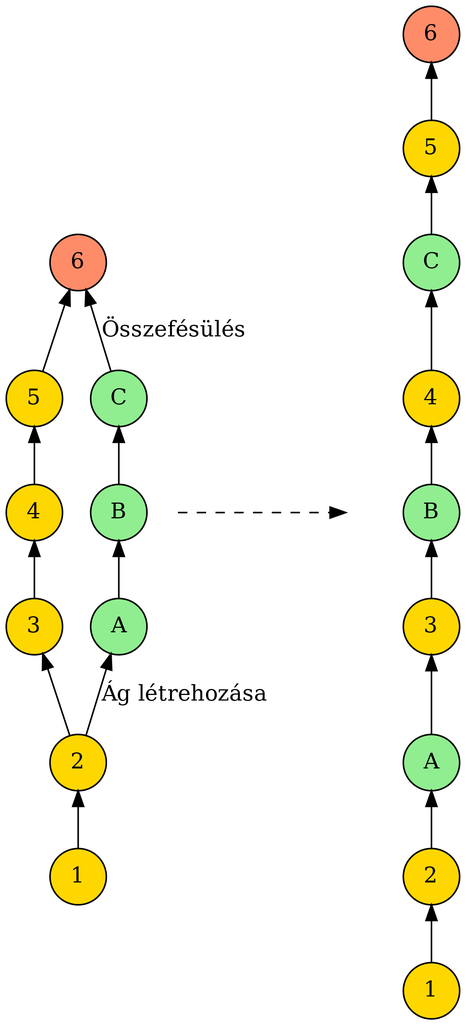
This is 1_git/doc/graphs/git_18.png from basictask/Adatbanyaszat, a Graphviz export, as it was before one commit. Its source is kept beside it as 1_git/doc/graphs/git_18.dot.
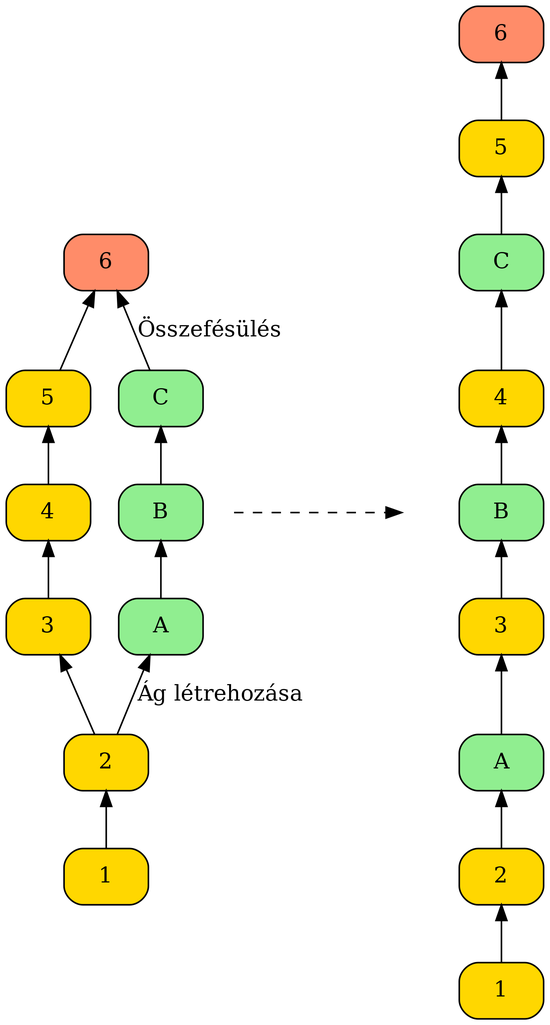
The same diagram one commit later.

Diff of the diagram source:
```diff
@@ -2,15 +2,15 @@
     graph [dpi=300]
     rankdir="BT"
 
-    c1_1 [label="1", shape="circle", style="filled", fillcolor="gold"]
-    c2_1 [label="2", shape="circle", style="filled", fillcolor="gold"]
-    c3_1 [label="3", shape="circle", style="filled", fillcolor="gold"]
-    c4_1 [label="4", shape="circle", style="filled", fillcolor="gold"]
-    c5_1 [label="5", shape="circle", style="filled", fillcolor="gold"]
-    c6_1 [label="6", shape="circle", style="filled", fillcolor="salmon1"]
-    ca_1 [label="A", shape="circle", style="filled", fillcolor="lightgreen"]
-    cb_1 [label="B", shape="circle", style="filled", fillcolor="lightgreen"]
-    cc_1 [label="C", shape="circle", style="filled", fillcolor="lightgreen"]
+    c1_1 [label="1", shape="rect", style="filled, rounded", fillcolor="gold"]
+    c2_1 [label="2", shape="rect", style="filled, rounded", fillcolor="gold"]
+    c3_1 [label="3", shape="rect", style="filled, rounded", fillcolor="gold"]
+    c4_1 [label="4", shape="rect", style="filled, rounded", fillcolor="gold"]
+    c5_1 [label="5", shape="rect", style="filled, rounded", fillcolor="gold"]
+    c6_1 [label="6", shape="rect", style="filled, rounded", fillcolor="salmon1"]
+    ca_1 [label="A", shape="rect", style="filled, rounded", fillcolor="lightgreen"]
+    cb_1 [label="B", shape="rect", style="filled, rounded", fillcolor="lightgreen"]
+    cc_1 [label="C", shape="rect", style="filled, rounded", fillcolor="lightgreen"]
 
     c1_1 -> c2_1
     c2_1 -> c3_1
@@ -23,15 +23,15 @@
     c2_1 -> ca_1 [label="Ág létrehozása"]
     cc_1 -> c6_1 [label="Összefésülés"]
 
-    c1_2 [label="1", shape="circle", style="filled", fillcolor="gold"]
-    c2_2 [label="2", shape="circle", style="filled", fillcolor="gold"]
-    c3_2 [label="3", shape="circle", style="filled", fillcolor="gold"]
-    c4_2 [label="4", shape="circle", style="filled", fillcolor="gold"]
-    c5_2 [label="5", shape="circle", style="filled", fillcolor="gold"]
-    c6_2 [label="6", shape="circle", style="filled", fillcolor="salmon1"]
-    ca_2 [label="A", shape="circle", style="filled", fillcolor="lightgreen"]
-    cb_2 [label="B", shape="circle", style="filled", fillcolor="lightgreen"]
-    cc_2 [label="C", shape="circle", style="filled", fillcolor="lightgreen"]
+    c1_2 [label="1", shape="rect", style="filled, rounded", fillcolor="gold"]
+    c2_2 [label="2", shape="rect", style="filled, rounded", fillcolor="gold"]
+    c3_2 [label="3", shape="rect", style="filled, rounded", fillcolor="gold"]
+    c4_2 [label="4", shape="rect", style="filled, rounded", fillcolor="gold"]
+    c5_2 [label="5", shape="rect", style="filled, rounded", fillcolor="gold"]
+    c6_2 [label="6", shape="rect", style="filled, rounded", fillcolor="salmon1"]
+    ca_2 [label="A", shape="rect", style="filled, rounded", fillcolor="lightgreen"]
+    cb_2 [label="B", shape="rect", style="filled, rounded", fillcolor="lightgreen"]
+    cc_2 [label="C", shape="rect", style="filled, rounded", fillcolor="lightgreen"]
 
     c1_2 -> c2_2 -> ca_2 -> c3_2 -> cb_2 -> c4_2 -> cc_2 -> c5_2 -> c6_2
 
```
